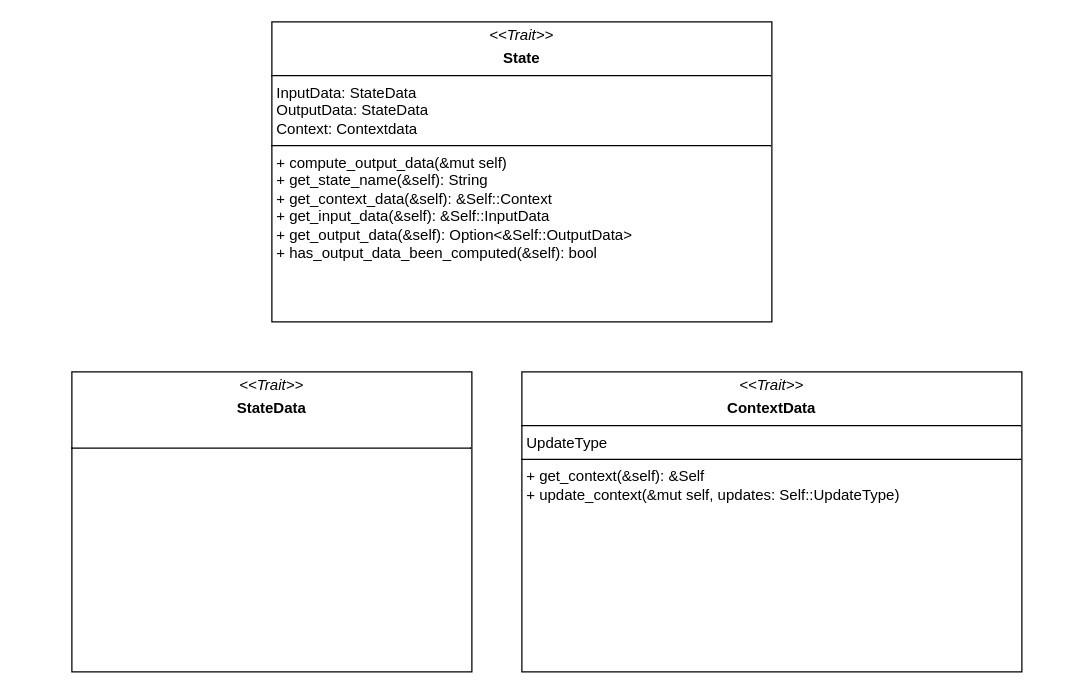
The draw.io diagram design/uml_class_diagram/state_machine.drawio in DeCa09/state_machine, before the edit. Source tidied: cells renumbered, new cells numbered last; positions are measured from the earlier drawing's top-left corner, leaving out a move shared by most shapes. Both pictures are drawn from the tidied source at 125%, with x=0, y=0 at pixel (71, 21).
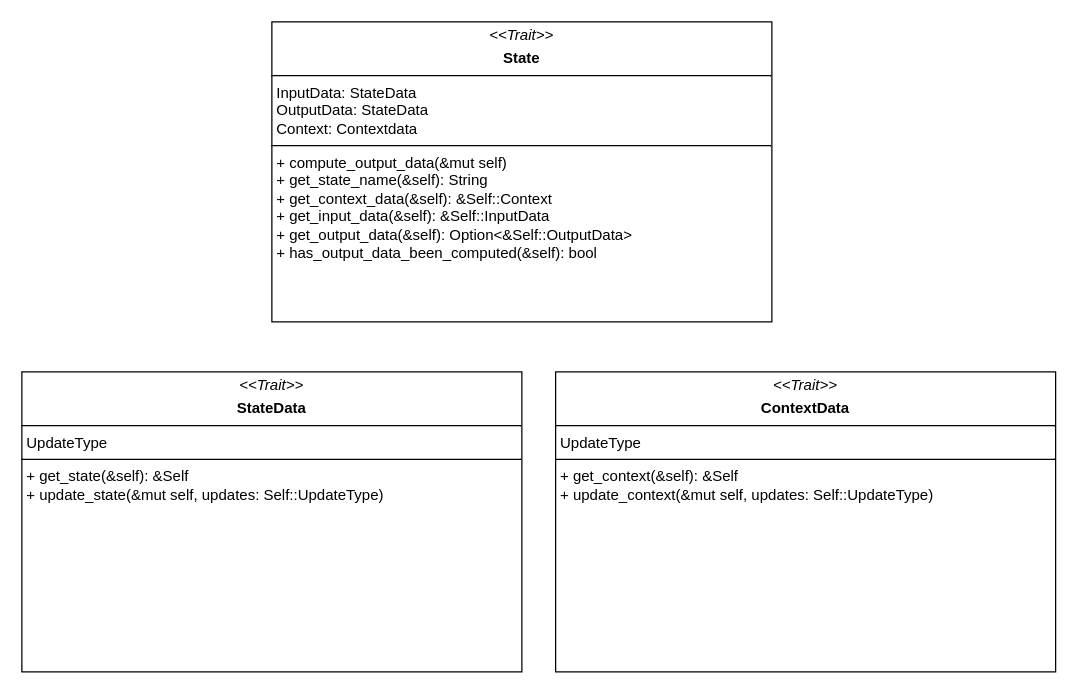
The same page after the edit.

Commit message (it also covers changes not shown here):
design: add methods to StateData trait

Diff of the diagram source:
```diff
@@
 <mxGraphModel>
   <root>
     <mxCell id="0" />
     <mxCell id="1" parent="0" />
     <mxCell id="2" value="&lt;p style=&quot;margin:0px;margin-top:4px;text-align:center;&quot;&gt;&lt;i&gt;&amp;lt;&amp;lt;Trait&amp;gt;&amp;gt;&lt;/i&gt;&lt;/p&gt;&lt;p style=&quot;margin:0px;margin-top:4px;text-align:center;&quot;&gt;&lt;b&gt;State&lt;/b&gt;&lt;br&gt;&lt;/p&gt;&lt;hr size=&quot;1&quot; style=&quot;border-style:solid;&quot;&gt;&lt;p style=&quot;margin:0px;margin-left:4px;&quot;&gt;InputData: StateData&lt;br&gt;OutputData: StateData&lt;/p&gt;&lt;p style=&quot;margin:0px;margin-left:4px;&quot;&gt;Context: Contextdata&lt;br&gt;&lt;/p&gt;&lt;hr size=&quot;1&quot; style=&quot;border-style:solid;&quot;&gt;&lt;p style=&quot;margin:0px;margin-left:4px;&quot;&gt;+ compute_output_data(&amp;amp;mut self)&lt;/p&gt;&lt;p style=&quot;margin:0px;margin-left:4px;&quot;&gt;+ get_state_name(&amp;amp;self): String&lt;br&gt;&lt;/p&gt;&lt;p style=&quot;margin:0px;margin-left:4px;&quot;&gt;+ get_context_data(&amp;amp;self): &amp;amp;Self::Context&lt;/p&gt;&lt;p style=&quot;margin:0px;margin-left:4px;&quot;&gt;+ get_input_data(&amp;amp;self): &amp;amp;Self::InputData&lt;/p&gt;&lt;p style=&quot;margin:0px;margin-left:4px;&quot;&gt;+ get_output_data(&amp;amp;self): Option&amp;lt;&amp;amp;Self::OutputData&amp;gt;&lt;/p&gt;&lt;p style=&quot;margin:0px;margin-left:4px;&quot;&gt;+ has_output_data_been_computed(&amp;amp;self): bool&lt;/p&gt;&lt;p style=&quot;margin:0px;margin-left:4px;&quot;&gt;&lt;/p&gt;&lt;p style=&quot;margin:0px;margin-left:4px;&quot;&gt;&lt;/p&gt;&lt;p style=&quot;margin:0px;margin-left:4px;&quot;&gt;&lt;/p&gt;" style="verticalAlign=top;align=left;overflow=fill;html=1;whiteSpace=wrap;" parent="1" vertex="1">
       <mxGeometry x="160" width="400" height="240" as="geometry" />
     </mxCell>
-    <mxCell id="3" value="&lt;p style=&quot;margin:0px;margin-top:4px;text-align:center;&quot;&gt;&lt;i&gt;&amp;lt;&amp;lt;Trait&amp;gt;&amp;gt;&lt;/i&gt;&lt;b&gt;&lt;br&gt;&lt;/b&gt;&lt;/p&gt;&lt;p style=&quot;margin:0px;margin-top:4px;text-align:center;&quot;&gt;&lt;b&gt;StateData&lt;/b&gt;&lt;/p&gt;&lt;p style=&quot;margin:0px;margin-top:4px;text-align:center;&quot;&gt;&lt;br&gt;&lt;/p&gt;&lt;hr size=&quot;1&quot; style=&quot;border-style:solid;&quot;&gt;&lt;p style=&quot;margin:0px;margin-left:4px;&quot;&gt;&lt;br&gt;&lt;/p&gt;&lt;p style=&quot;margin:0px;margin-left:4px;&quot;&gt;&lt;/p&gt;&lt;p style=&quot;margin:0px;margin-left:4px;&quot;&gt;&lt;/p&gt;&lt;p style=&quot;margin:0px;margin-left:4px;&quot;&gt;&lt;/p&gt;" style="verticalAlign=top;align=left;overflow=fill;html=1;whiteSpace=wrap;" parent="1" vertex="1">
-      <mxGeometry y="280" width="320" height="240" as="geometry" />
-    </mxCell>
     <mxCell id="4" value="&lt;p style=&quot;margin:0px;margin-top:4px;text-align:center;&quot;&gt;&lt;i&gt;&amp;lt;&amp;lt;Trait&amp;gt;&amp;gt;&lt;/i&gt;&lt;/p&gt;&lt;p style=&quot;margin:0px;margin-top:4px;text-align:center;&quot;&gt;&lt;b&gt;ContextData&lt;/b&gt;&lt;br&gt;&lt;/p&gt;&lt;hr size=&quot;1&quot; style=&quot;border-style:solid;&quot;&gt;&lt;p style=&quot;margin:0px;margin-left:4px;&quot;&gt;UpdateType&lt;br&gt;&lt;/p&gt;&lt;hr size=&quot;1&quot; style=&quot;border-style:solid;&quot;&gt;&lt;p style=&quot;margin:0px;margin-left:4px;&quot;&gt;+ get_context(&amp;amp;self): &amp;amp;Self&lt;br&gt;&lt;/p&gt;&lt;p style=&quot;margin:0px;margin-left:4px;&quot;&gt;+ update_context(&amp;amp;mut self, updates: Self::UpdateType)&lt;/p&gt;&lt;p style=&quot;margin:0px;margin-left:4px;&quot;&gt;&lt;br&gt;&lt;/p&gt;&lt;p style=&quot;margin:0px;margin-left:4px;&quot;&gt;&lt;/p&gt;&lt;p style=&quot;margin:0px;margin-left:4px;&quot;&gt;&lt;/p&gt;&lt;p style=&quot;margin:0px;margin-left:4px;&quot;&gt;&lt;/p&gt;" style="verticalAlign=top;align=left;overflow=fill;html=1;whiteSpace=wrap;" parent="1" vertex="1">
-      <mxGeometry x="360" y="280" width="400" height="240" as="geometry" />
+      <mxGeometry x="387" y="280" width="400" height="240" as="geometry" />
     </mxCell>
+    <mxCell id="5" value="&lt;p style=&quot;margin:0px;margin-top:4px;text-align:center;&quot;&gt;&lt;i&gt;&amp;lt;&amp;lt;Trait&amp;gt;&amp;gt;&lt;/i&gt;&lt;/p&gt;&lt;p style=&quot;margin:0px;margin-top:4px;text-align:center;&quot;&gt;&lt;b&gt;StateData&lt;/b&gt;&lt;br&gt;&lt;/p&gt;&lt;hr size=&quot;1&quot; style=&quot;border-style:solid;&quot;&gt;&lt;p style=&quot;margin:0px;margin-left:4px;&quot;&gt;UpdateType&lt;br&gt;&lt;/p&gt;&lt;hr size=&quot;1&quot; style=&quot;border-style:solid;&quot;&gt;&lt;p style=&quot;margin:0px;margin-left:4px;&quot;&gt;+ get_state(&amp;amp;self): &amp;amp;Self&lt;br&gt;&lt;/p&gt;&lt;p style=&quot;margin:0px;margin-left:4px;&quot;&gt;+ update_state(&amp;amp;mut self, updates: Self::UpdateType)&lt;/p&gt;&lt;p style=&quot;margin:0px;margin-left:4px;&quot;&gt;&lt;br&gt;&lt;/p&gt;&lt;p style=&quot;margin:0px;margin-left:4px;&quot;&gt;&lt;/p&gt;&lt;p style=&quot;margin:0px;margin-left:4px;&quot;&gt;&lt;/p&gt;&lt;p style=&quot;margin:0px;margin-left:4px;&quot;&gt;&lt;/p&gt;" style="verticalAlign=top;align=left;overflow=fill;html=1;whiteSpace=wrap;" parent="1" vertex="1">
+      <mxGeometry x="-40" y="280" width="400" height="240" as="geometry" />
+    </mxCell>
   </root>
 </mxGraphModel>
```
